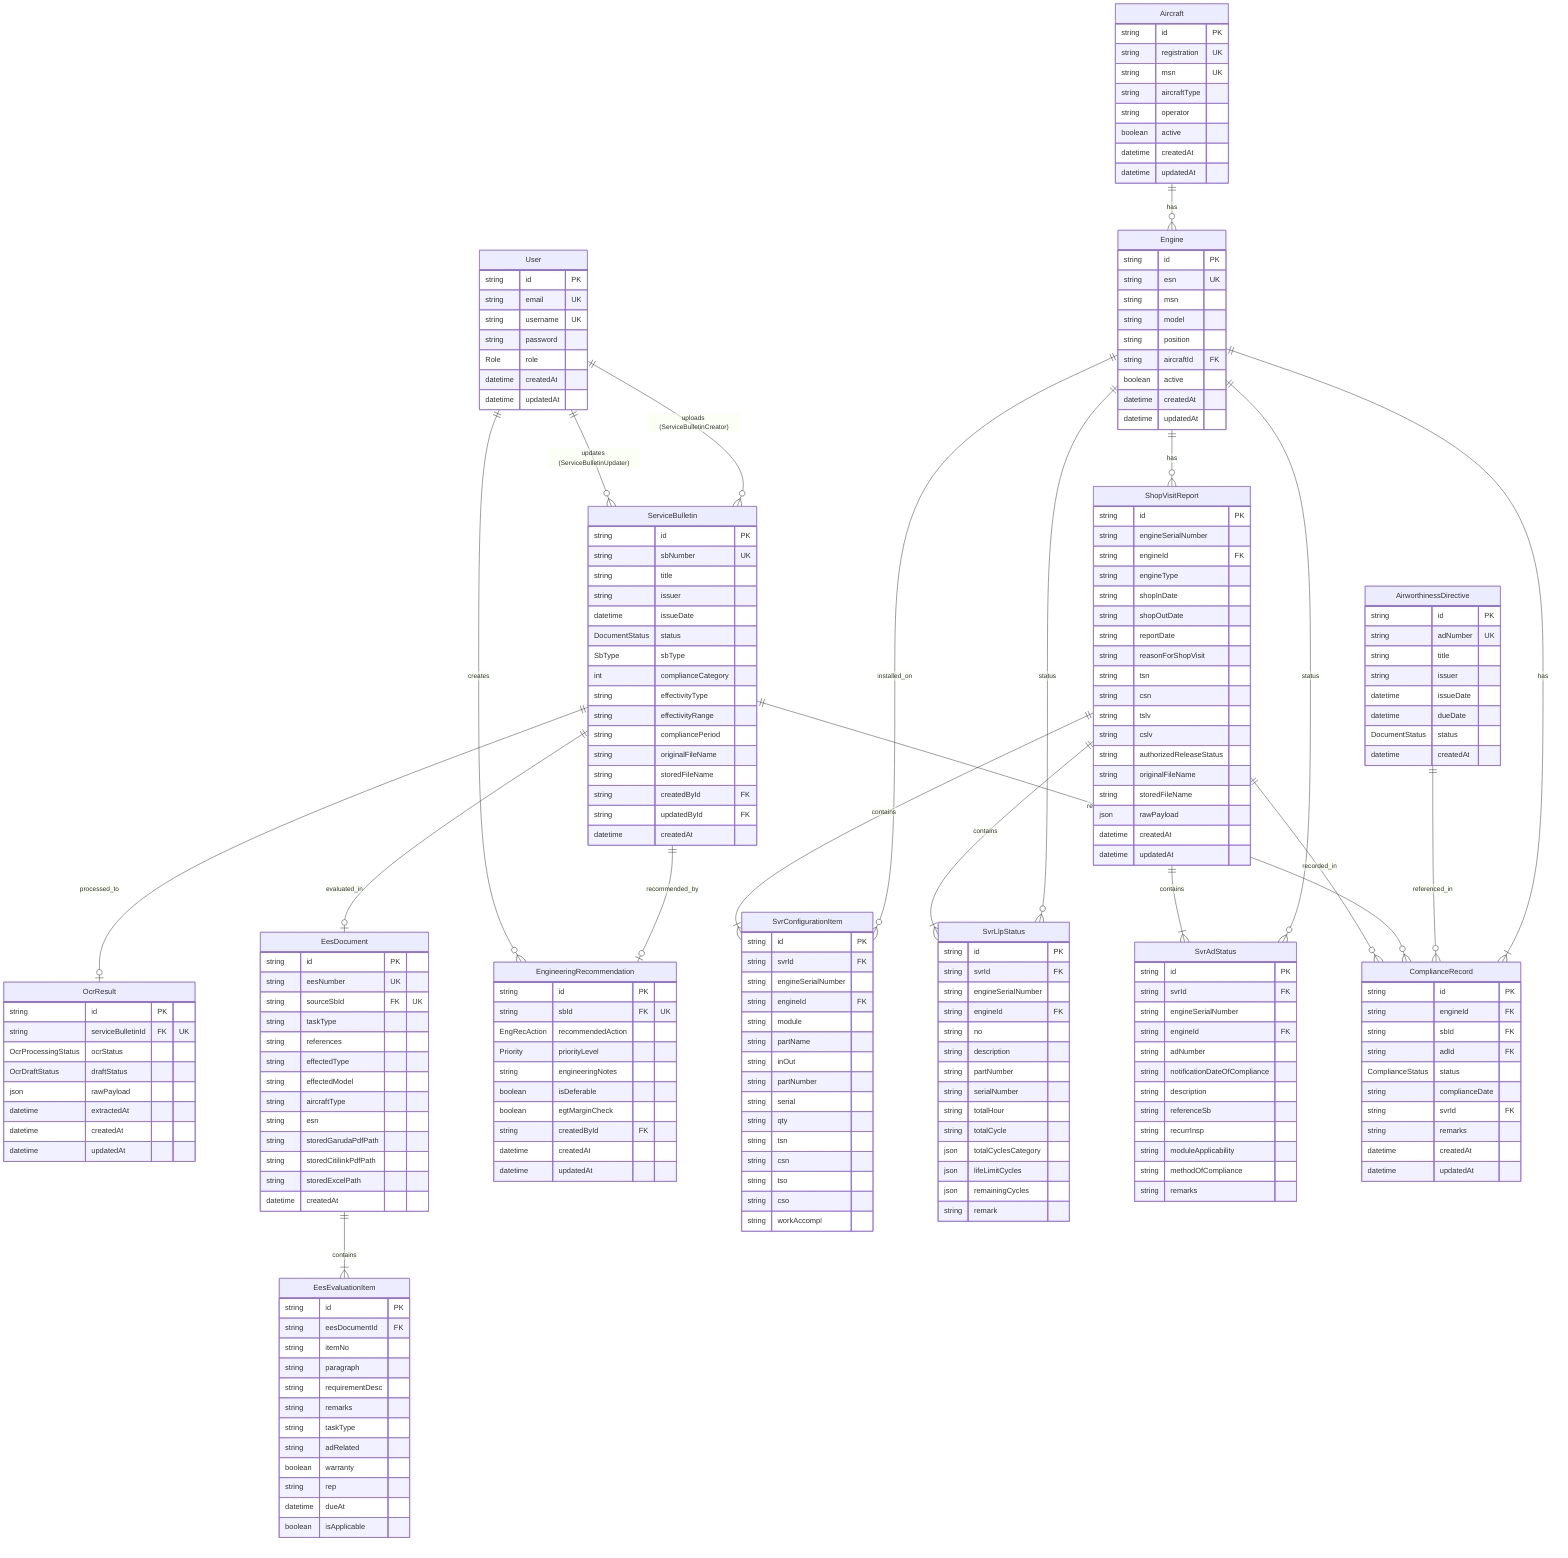
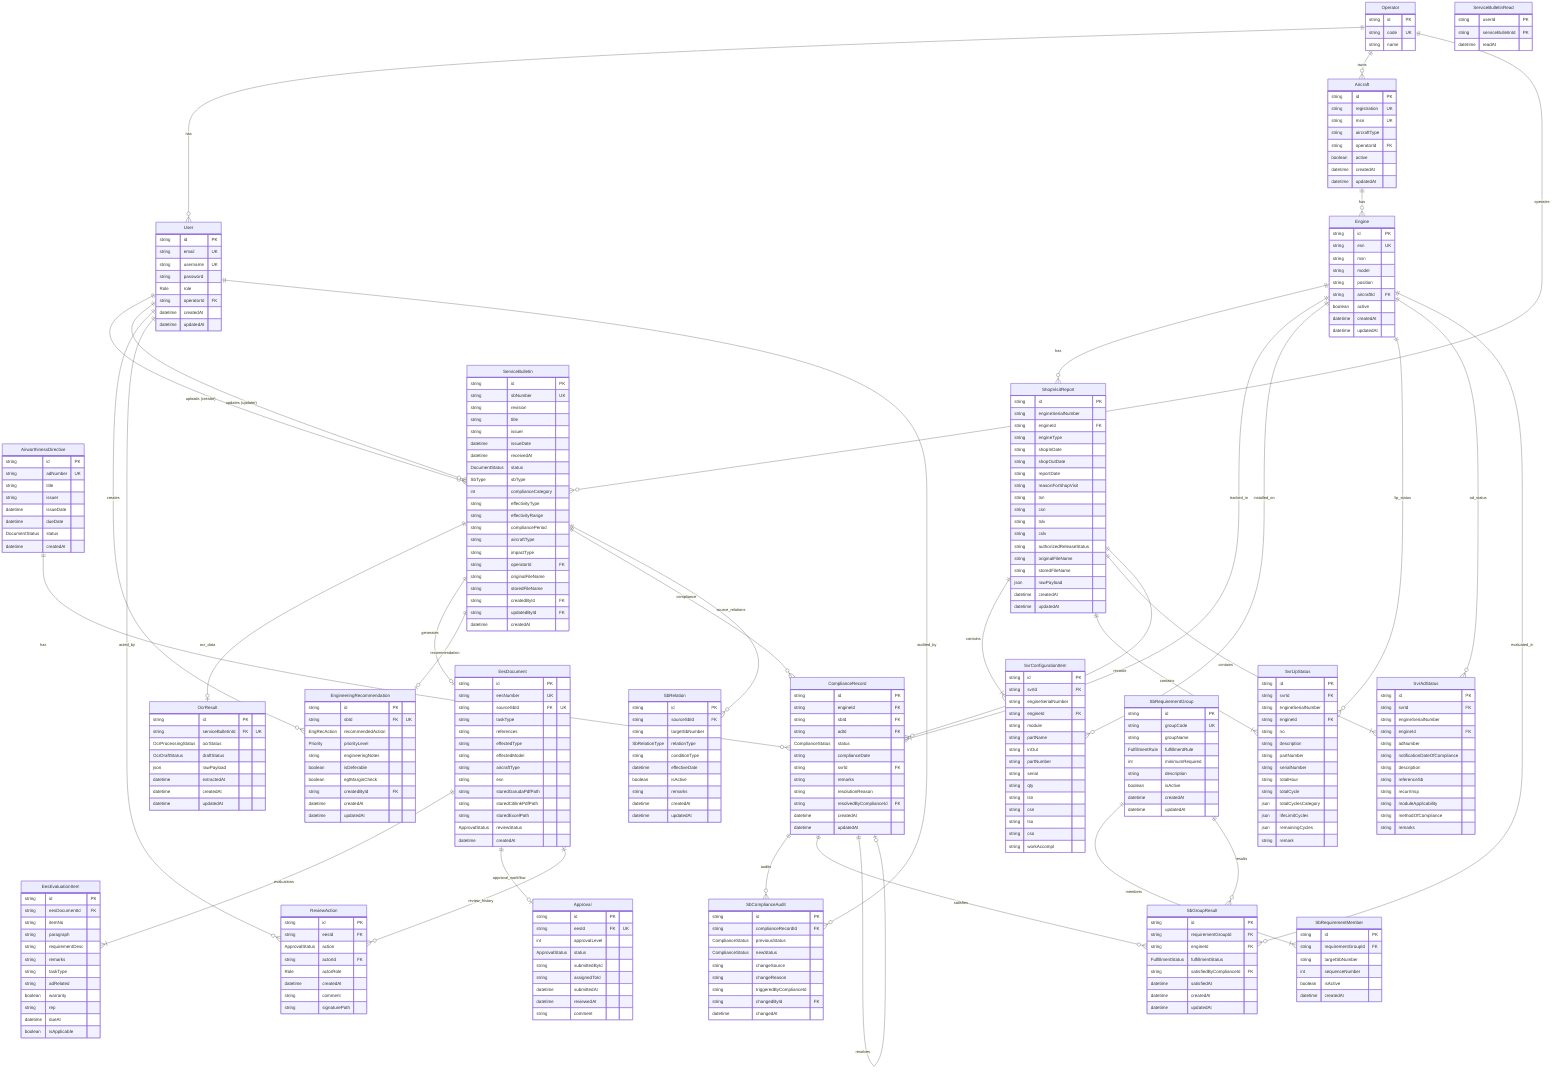
erDiagram
+     %% --- AUTH & MULTI-TENANT ---
+     Operator {
+         string id PK
+         string code UK
+         string name
+     }
+ 
    User {
        string id PK
        string email UK
        string username UK
        string password
        Role role
-         datetime createdAt
-         datetime updatedAt
-     }
- 
+         string operatorId FK
+         datetime createdAt
+         datetime updatedAt
+     }
+ 
+     %% --- ASSETS ---
    Aircraft {
        string id PK
        string registration UK
        string msn UK
        string aircraftType
-         string operator
+         string operatorId FK
        boolean active
        datetime createdAt
        datetime updatedAt
    }

    Engine {
        string id PK
        string esn UK
        string msn
        string model
        string position
        string aircraftId FK
        boolean active
        datetime createdAt
        datetime updatedAt
    }

+     %% --- DOCUMENTS ---
    AirworthinessDirective {
        string id PK
        string adNumber UK
        string title
        string issuer
        datetime issueDate
        datetime dueDate
        DocumentStatus status
        datetime createdAt
    }

    ServiceBulletin {
        string id PK
        string sbNumber UK
+         string revision
        string title
        string issuer
        datetime issueDate
+         datetime receivedAt
        DocumentStatus status
        SbType sbType
        int complianceCategory
        string effectivityType
        string effectivityRange
        string compliancePeriod
+         string aircraftType
+         string impactType
+         string operatorId FK
        string originalFileName
        string storedFileName
        string createdById FK
        string updatedById FK
        datetime createdAt
    }

+     %% --- OCR & EES WORKFLOW ---
    OcrResult {
        string id PK
        string serviceBulletinId FK "UK"
        OcrProcessingStatus ocrStatus
        OcrDraftStatus draftStatus
        json rawPayload
        datetime extractedAt
        datetime createdAt
        datetime updatedAt
    }

    EesDocument {
        string id PK
        string eesNumber UK
        string sourceSbId FK "UK"
        string taskType
        string references
        string effectedType
        string effectedModel
        string aircraftType
        string esn
        string storedGarudaPdfPath
        string storedCitilinkPdfPath
        string storedExcelPath
+         ApprovalStatus reviewStatus
        datetime createdAt
    }

    EesEvaluationItem {
        string id PK
        string eesDocumentId FK
        string itemNo
        string paragraph
        string requirementDesc
        string remarks
        string taskType
        string adRelated
        boolean warranty
        string rep
        datetime dueAt
        boolean isApplicable
    }

    EngineeringRecommendation {
        string id PK
        string sbId FK "UK"
        EngRecAction recommendedAction
        Priority priorityLevel
        string engineeringNotes
        boolean isDeferable
        boolean egtMarginCheck
        string createdById FK
        datetime createdAt
        datetime updatedAt
    }

+     %% --- SHOP VISIT REPORTS ---
    ShopVisitReport {
        string id PK
        string engineSerialNumber
        string engineId FK
        string engineType
        string shopInDate
        string shopOutDate
        string reportDate
        string reasonForShopVisit
        string tsn
        string csn
        string tslv
        string cslv
        string authorizedReleaseStatus
        string originalFileName
        string storedFileName
        json rawPayload
        datetime createdAt
        datetime updatedAt
    }

    SvrConfigurationItem {
        string id PK
        string svrId FK
        string engineSerialNumber
        string engineId FK
        string module
        string partName
        string inOut
        string partNumber
        string serial
        string qty
        string tsn
        string csn
        string tso
        string cso
        string workAccompl
    }

    SvrLlpStatus {
        string id PK
        string svrId FK
        string engineSerialNumber
        string engineId FK
        string no
        string description
        string partNumber
        string serialNumber
        string totalHour
        string totalCycle
        json totalCyclesCategory
        json lifeLimitCycles
        json remainingCycles
        string remark
    }

    SvrAdStatus {
        string id PK
        string svrId FK
        string engineSerialNumber
        string engineId FK
        string adNumber
        string notificationDateOfCompliance
        string description
        string referenceSb
        string recurrInsp
        string moduleApplicability
        string methodOfCompliance
        string remarks
    }

+     %% --- COMPLIANCE & AUDIT ---
    ComplianceRecord {
        string id PK
        string engineId FK
        string sbId FK
        string adId FK
        ComplianceStatus status
        string complianceDate
        string svrId FK
        string remarks
-         datetime createdAt
-         datetime updatedAt
+         string resolutionReason
+         string resolvedByComplianceId FK
+         datetime createdAt
+         datetime updatedAt
+     }
+ 
+     SbComplianceAudit {
+         string id PK
+         string complianceRecordId FK
+         ComplianceStatus previousStatus
+         ComplianceStatus newStatus
+         string changeSource
+         string changeReason
+         string triggeredByComplianceId
+         string changedById FK
+         datetime changedAt
+     }
+ 
+     %% --- SB RELATIONS & GROUPS ---
+     SbRelation {
+         string id PK
+         string sourceSbId FK
+         string targetSbNumber
+         SbRelationType relationType
+         string conditionType
+         datetime effectiveDate
+         boolean isActive
+         string remarks
+         datetime createdAt
+         datetime updatedAt
+     }
+ 
+     SbRequirementGroup {
+         string id PK
+         string groupCode UK
+         string groupName
+         FulfillmentRule fulfillmentRule
+         int minimumRequired
+         string description
+         boolean isActive
+         datetime createdAt
+         datetime updatedAt
+     }
+ 
+     SbRequirementMember {
+         string id PK
+         string requirementGroupId FK
+         string targetSbNumber
+         int sequenceNumber
+         boolean isActive
+         datetime createdAt
+     }
+ 
+     SbGroupResult {
+         string id PK
+         string requirementGroupId FK
+         string engineId FK
+         FulfillmentStatus fulfillmentStatus
+         string satisfiedByComplianceId FK
+         datetime satisfiedAt
+         datetime createdAt
+         datetime updatedAt
+     }
+ 
+     %% --- APPROVAL & DASHBOARD ---
+     Approval {
+         string id PK
+         string eesId FK "UK"
+         int approvalLevel
+         ApprovalStatus status
+         string submittedById
+         string assignedToId
+         datetime submittedAt
+         datetime reviewedAt
+         string comment
+     }
+ 
+     ReviewAction {
+         string id PK
+         string eesId FK
+         ApprovalStatus action
+         string actorId FK
+         Role actorRole
+         datetime createdAt
+         string comment
+         string signaturePath
+     }
+ 
+     ServiceBulletinRead {
+         string userId PK
+         string serviceBulletinId PK
+         datetime readAt
    }

    %% --- RELATIONSHIPS ---
- 
-     %% Assets
+     Operator ||--o{ User : "has"
+     Operator ||--o{ Aircraft : "owns"
+     Operator ||--o{ ServiceBulletin : "operates"
+ 
+     User ||--o{ ServiceBulletin : "uploads (creator)"
+     User ||--o{ ServiceBulletin : "updates (updater)"
+     User ||--o{ EngineeringRecommendation : "creates"
+     User ||--o{ ReviewAction : "acted_by"
+     User ||--o{ SbComplianceAudit : "audited_by"
+ 
    Aircraft ||--o{ Engine : "has"
+ 
    Engine ||--o{ ShopVisitReport : "has"
-     Engine ||--|{ ComplianceRecord : "has"
+     Engine ||--|{ ComplianceRecord : "tracked_in"
    Engine ||--o{ SvrConfigurationItem : "installed_on"
-     Engine ||--o{ SvrLlpStatus : "status"
-     Engine ||--o{ SvrAdStatus : "status"
- 
-     %% Airworthiness Directive
-     AirworthinessDirective ||--o{ ComplianceRecord : "referenced_in"
- 
-     %% Service Bulletin Relations (OCR, EES, Rec, Compliance)
-     ServiceBulletin ||--o| OcrResult : "processed_to"
-     ServiceBulletin ||--o| EesDocument : "evaluated_in"
-     ServiceBulletin ||--o| EngineeringRecommendation : "recommended_by"
-     ServiceBulletin ||--o{ ComplianceRecord : "referenced_in"
- 
-     %% User Actions
-     User ||--o{ ServiceBulletin : "uploads (ServiceBulletinCreator)"
-     User ||--o{ ServiceBulletin : "updates (ServiceBulletinUpdater)"
-     User ||--o{ EngineeringRecommendation : "creates"
- 
-     %% EES evaluations
-     EesDocument ||--|{ EesEvaluationItem : "contains"
- 
-     %% SVR configurations & statuses
+     Engine ||--o{ SvrLlpStatus : "llp_status"
+     Engine ||--o{ SvrAdStatus : "ad_status"
+     Engine ||--o{ SbGroupResult : "evaluated_in"
+ 
+     AirworthinessDirective ||--o{ ComplianceRecord : "has"
+ 
+     ServiceBulletin ||--o| OcrResult : "ocr_data"
+     ServiceBulletin ||--o| EesDocument : "generates"
+     ServiceBulletin ||--o| EngineeringRecommendation : "recommendation"
+     ServiceBulletin ||--o{ ComplianceRecord : "compliance"
+     ServiceBulletin ||--o{ SbRelation : "source_relations"
+ 
+     EesDocument ||--|{ EesEvaluationItem : "evaluations"
+     EesDocument ||--o| Approval : "approval_workflow"
+     EesDocument ||--o{ ReviewAction : "review_history"
+ 
    ShopVisitReport ||--|{ SvrConfigurationItem : "contains"
    ShopVisitReport ||--|{ SvrLlpStatus : "contains"
    ShopVisitReport ||--|{ SvrAdStatus : "contains"
-     ShopVisitReport ||--o{ ComplianceRecord : "recorded_in"
+     ShopVisitReport ||--o{ ComplianceRecord : "records"
+ 
+     ComplianceRecord ||--o{ SbComplianceAudit : "audits"
+     ComplianceRecord ||--o{ SbGroupResult : "satisfies"
+     ComplianceRecord ||--o| ComplianceRecord : "resolves"
+ 
+     SbRequirementGroup ||--|{ SbRequirementMember : "members"
+     SbRequirementGroup ||--o{ SbGroupResult : "results"
